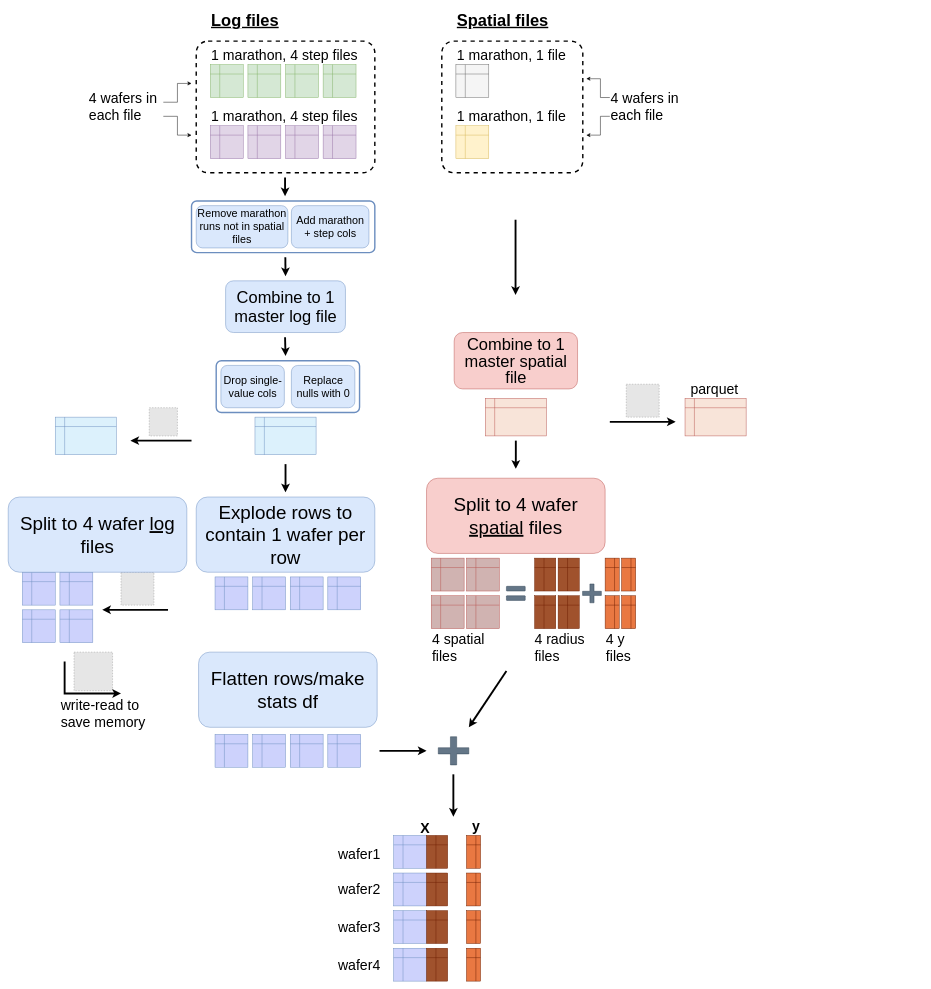
Before: page "code_flow" (3 of 3) of ASM_data_flow.drawio in abiadf/silofuse_timeseries, a draw.io diagram. Source tidied: cells renumbered, new cells numbered last; positions are measured from the earlier drawing's top-left corner, leaving out a move shared by most shapes. Both pictures are drawn from the tidied source at 47%, with x=0, y=0 at pixel (8, 8). Pictures stored in the file or linked from it are replaced by grey dashed boxes.
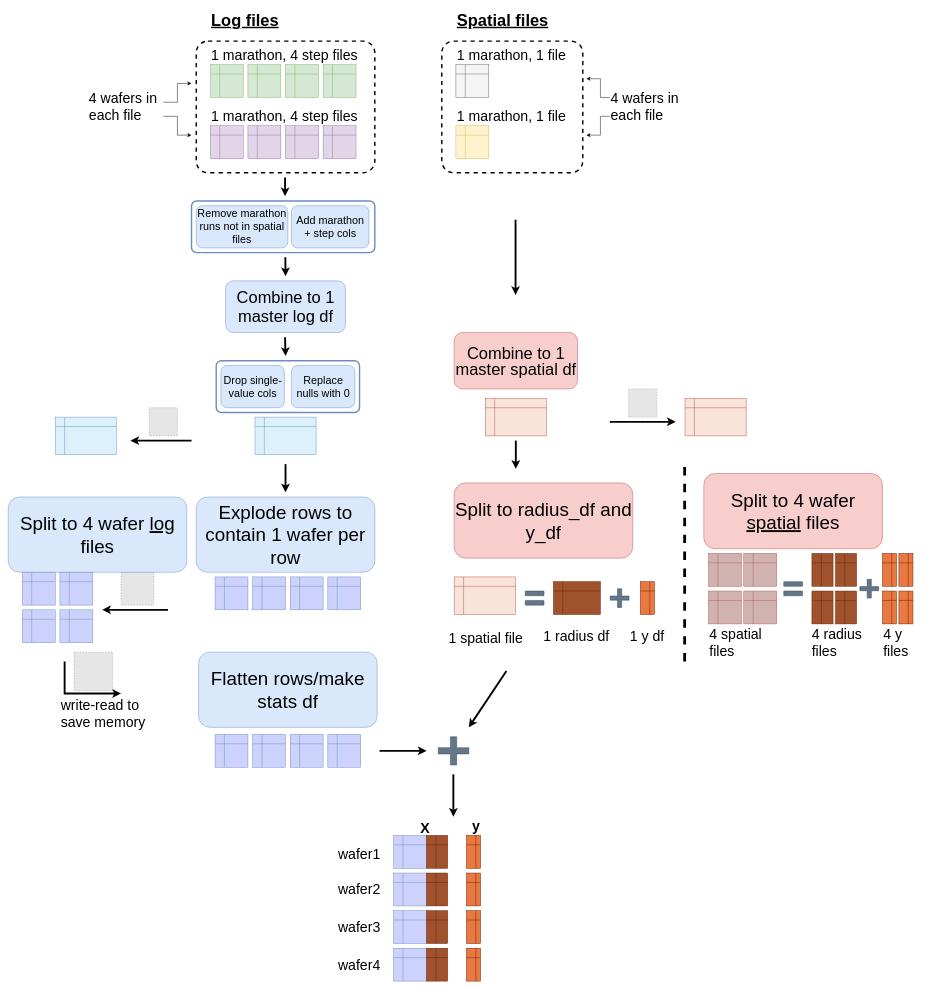
After the change.

Commit message (it also covers changes not shown here):
checkpoint: cleanup of hte process of doing all calculations in 1 df (diagram update)

What changed in the source:
```diff
@@
-    <mxCell id="5" value="&lt;font style=&quot;font-size: 35px;&quot;&gt;Combine to 1 master log file&lt;/font&gt;" style="rounded=1;whiteSpace=wrap;html=1;fillColor=#dae8fc;strokeColor=#6c8ebf;" parent="1" vertex="1">
+    <mxCell id="5" value="&lt;font style=&quot;font-size: 35px;&quot;&gt;Combine to 1 master log df&lt;/font&gt;" style="rounded=1;whiteSpace=wrap;html=1;fillColor=#dae8fc;strokeColor=#6c8ebf;" parent="1" vertex="1">
       <mxGeometry x="462.5" y="580" width="255" height="110" as="geometry" />
     </mxCell>
-    <mxCell id="6" value="&lt;font style=&quot;font-size: 35px; line-height: 100%;&quot;&gt;Combine to 1 master spatial file&lt;/font&gt;" style="rounded=1;whiteSpace=wrap;html=1;fillColor=#f8cecc;strokeColor=#b85450;" parent="1" vertex="1">
+    <mxCell id="6" value="&lt;font style=&quot;font-size: 35px; line-height: 100%;&quot;&gt;Combine to 1 master spatial df&lt;/font&gt;" style="rounded=1;whiteSpace=wrap;html=1;fillColor=#f8cecc;strokeColor=#b85450;" parent="1" vertex="1">
       <mxGeometry x="948.8" y="690" width="262.5" height="120" as="geometry" />
     </mxCell>
@@
     <mxCell id="24" value="&lt;span style=&quot;font-size: 40px;&quot;&gt;Split to 4 wafer &lt;u&gt;spatial&lt;/u&gt;&amp;nbsp;files&lt;/span&gt;" style="rounded=1;whiteSpace=wrap;html=1;fillColor=#f8cecc;strokeColor=#b85450;" parent="1" vertex="1">
-      <mxGeometry x="890" y="1000" width="380" height="160" as="geometry" />
+      <mxGeometry x="1480" y="990" width="380" height="160" as="geometry" />
     </mxCell>
@@
     <mxCell id="37" style="shape=internalStorage;whiteSpace=wrap;html=1;backgroundOutline=1;fillColor=#D0B3B1;strokeColor=#b85450;" parent="1" vertex="1">
-      <mxGeometry x="900" y="1170" width="70" height="70" as="geometry" />
+      <mxGeometry x="1490" y="1160" width="70" height="70" as="geometry" />
     </mxCell>
     <mxCell id="38" style="shape=internalStorage;whiteSpace=wrap;html=1;backgroundOutline=1;fillColor=#D0B3B1;strokeColor=#b85450;" parent="1" vertex="1">
-      <mxGeometry x="975" y="1170" width="70" height="70" as="geometry" />
+      <mxGeometry x="1565" y="1160" width="70" height="70" as="geometry" />
     </mxCell>
     <mxCell id="39" style="shape=internalStorage;whiteSpace=wrap;html=1;backgroundOutline=1;fillColor=#D0B3B1;strokeColor=#b85450;" parent="1" vertex="1">
-      <mxGeometry x="900" y="1250" width="70" height="70" as="geometry" />
+      <mxGeometry x="1490" y="1240" width="70" height="70" as="geometry" />
     </mxCell>
     <mxCell id="40" style="shape=internalStorage;whiteSpace=wrap;html=1;backgroundOutline=1;fillColor=#D0B3B1;strokeColor=#b85450;" parent="1" vertex="1">
-      <mxGeometry x="975" y="1250" width="70" height="70" as="geometry" />
+      <mxGeometry x="1565" y="1240" width="70" height="70" as="geometry" />
     </mxCell>
     <mxCell id="41" style="shape=internalStorage;whiteSpace=wrap;html=1;backgroundOutline=1;fillColor=#a0522d;strokeColor=#6D1F00;fontColor=#ffffff;" parent="1" vertex="1">
-      <mxGeometry x="1120" y="1170" width="45" height="70" as="geometry" />
+      <mxGeometry x="1710" y="1160" width="45" height="70" as="geometry" />
     </mxCell>
     <mxCell id="42" style="shape=internalStorage;whiteSpace=wrap;html=1;backgroundOutline=1;fillColor=#a0522d;strokeColor=#6D1F00;fontColor=#ffffff;" parent="1" vertex="1">
-      <mxGeometry x="1170" y="1170" width="45" height="70" as="geometry" />
+      <mxGeometry x="1760" y="1160" width="45" height="70" as="geometry" />
     </mxCell>
     <mxCell id="43" style="shape=internalStorage;whiteSpace=wrap;html=1;backgroundOutline=1;fillColor=#a0522d;strokeColor=#6D1F00;fontColor=#ffffff;" parent="1" vertex="1">
-      <mxGeometry x="1120" y="1250" width="45" height="70" as="geometry" />
+      <mxGeometry x="1710" y="1240" width="45" height="70" as="geometry" />
     </mxCell>
     <mxCell id="44" style="shape=internalStorage;whiteSpace=wrap;html=1;backgroundOutline=1;fillColor=#a0522d;strokeColor=#6D1F00;fontColor=#ffffff;" parent="1" vertex="1">
-      <mxGeometry x="1170" y="1250" width="45" height="70" as="geometry" />
+      <mxGeometry x="1760" y="1240" width="45" height="70" as="geometry" />
     </mxCell>
     <mxCell id="45" style="shape=internalStorage;whiteSpace=wrap;html=1;backgroundOutline=1;fillColor=#E97842;strokeColor=#6D1F00;fontColor=#ffffff;" parent="1" vertex="1">
-      <mxGeometry x="1270" y="1170" width="30" height="70" as="geometry" />
+      <mxGeometry x="1860" y="1160" width="30" height="70" as="geometry" />
     </mxCell>
     <mxCell id="46" style="shape=internalStorage;whiteSpace=wrap;html=1;backgroundOutline=1;fillColor=#E97842;strokeColor=#6D1F00;fontColor=#ffffff;" parent="1" vertex="1">
-      <mxGeometry x="1305" y="1170" width="30" height="70" as="geometry" />
+      <mxGeometry x="1895" y="1160" width="30" height="70" as="geometry" />
     </mxCell>
     <mxCell id="47" style="shape=internalStorage;whiteSpace=wrap;html=1;backgroundOutline=1;fillColor=#E97842;strokeColor=#6D1F00;fontColor=#ffffff;" parent="1" vertex="1">
-      <mxGeometry x="1270" y="1250" width="30" height="70" as="geometry" />
+      <mxGeometry x="1860" y="1240" width="30" height="70" as="geometry" />
     </mxCell>
     <mxCell id="48" style="shape=internalStorage;whiteSpace=wrap;html=1;backgroundOutline=1;fillColor=#E97842;strokeColor=#6D1F00;fontColor=#ffffff;" parent="1" vertex="1">
-      <mxGeometry x="1305" y="1250" width="30" height="70" as="geometry" />
+      <mxGeometry x="1895" y="1240" width="30" height="70" as="geometry" />
     </mxCell>
     <mxCell id="49" value="&lt;div&gt;&lt;span style=&quot;font-weight: normal; background-color: transparent; color: light-dark(rgb(0, 0, 0), rgb(255, 255, 255));&quot;&gt;&lt;font style=&quot;font-size: 30px;&quot;&gt;4 spatial files&lt;/font&gt;&lt;/span&gt;&lt;/div&gt;" style="text;html=1;align=left;verticalAlign=middle;whiteSpace=wrap;rounded=0;fontStyle=1;" parent="1" vertex="1">
-      <mxGeometry x="900" y="1330" width="130" height="60" as="geometry" />
+      <mxGeometry x="1490" y="1320" width="130" height="60" as="geometry" />
     </mxCell>
     <mxCell id="50" value="&lt;div&gt;&lt;span style=&quot;font-weight: normal; background-color: transparent; color: light-dark(rgb(0, 0, 0), rgb(255, 255, 255));&quot;&gt;&lt;font style=&quot;font-size: 30px;&quot;&gt;4 y files&lt;/font&gt;&lt;/span&gt;&lt;/div&gt;" style="text;html=1;align=left;verticalAlign=middle;whiteSpace=wrap;rounded=0;fontStyle=1;" parent="1" vertex="1">
-      <mxGeometry x="1270" y="1330" width="85" height="60" as="geometry" />
+      <mxGeometry x="1860" y="1320" width="85" height="60" as="geometry" />
     </mxCell>
     <mxCell id="51" value="&lt;div&gt;&lt;span style=&quot;font-weight: normal; background-color: transparent; color: light-dark(rgb(0, 0, 0), rgb(255, 255, 255));&quot;&gt;&lt;font style=&quot;font-size: 30px;&quot;&gt;4 radius files&lt;/font&gt;&lt;/span&gt;&lt;/div&gt;" style="text;html=1;align=left;verticalAlign=middle;whiteSpace=wrap;rounded=0;fontStyle=1;" parent="1" vertex="1">
-      <mxGeometry x="1117.5" y="1330" width="110" height="60" as="geometry" />
+      <mxGeometry x="1707.5" y="1320" width="110" height="60" as="geometry" />
     </mxCell>
     <mxCell id="52" style="rounded=1;whiteSpace=wrap;html=1;fillColor=#647687;strokeColor=#314354;arcSize=11;fontColor=#ffffff;" parent="1" vertex="1">
-      <mxGeometry x="1060" y="1230" width="40" height="10" as="geometry" />
+      <mxGeometry x="1650" y="1220" width="40" height="10" as="geometry" />
     </mxCell>
     <mxCell id="53" style="rounded=1;whiteSpace=wrap;html=1;fillColor=#647687;strokeColor=#314354;arcSize=11;fontColor=#ffffff;" parent="1" vertex="1">
-      <mxGeometry x="1060" y="1250" width="40" height="10" as="geometry" />
+      <mxGeometry x="1650" y="1240" width="40" height="10" as="geometry" />
     </mxCell>
     <mxCell id="54" style="shape=cross;whiteSpace=wrap;html=1;fillColor=#647687;fontColor=#ffffff;strokeColor=#314354;size=0.22065217391303804;" parent="1" vertex="1">
-      <mxGeometry x="1222" y="1225" width="40" height="40" as="geometry" />
+      <mxGeometry x="1812" y="1215" width="40" height="40" as="geometry" />
     </mxCell>
@@
-    <mxCell id="89" style="fillColor=#E6E6E6;strokeColor=#999999;dashed=1;verticalLabelPosition=bottom;labelBackgroundColor=default;verticalAlign=top;" parent="1" vertex="1">
-      <mxGeometry x="1315" y="800" width="70" height="70" as="geometry" />
-    </mxCell>
@@
-    <mxCell id="91" value="&lt;div&gt;&lt;span style=&quot;font-weight: normal; background-color: transparent; color: light-dark(rgb(0, 0, 0), rgb(255, 255, 255));&quot;&gt;&lt;font style=&quot;font-size: 30px;&quot;&gt;parquet&lt;/font&gt;&lt;/span&gt;&lt;/div&gt;" style="text;html=1;align=left;verticalAlign=middle;whiteSpace=wrap;rounded=0;fontStyle=1;" parent="1" vertex="1">
-      <mxGeometry x="1450" y="790" width="120" height="40" as="geometry" />
-    </mxCell>
@@
+    <mxCell id="110" style="fillColor=#E6E6E6;strokeColor=#999999;dashed=1;verticalLabelPosition=bottom;labelBackgroundColor=default;verticalAlign=top;" parent="1" vertex="1">
+      <mxGeometry x="1320" y="810" width="60" height="60" as="geometry" />
+    </mxCell>
+    <mxCell id="111" value="&lt;span style=&quot;font-size: 40px;&quot;&gt;Split to radius_df and y_df&lt;/span&gt;" style="rounded=1;whiteSpace=wrap;html=1;fillColor=#f8cecc;strokeColor=#b85450;" parent="1" vertex="1">
+      <mxGeometry x="948.8" y="1010" width="380" height="160" as="geometry" />
+    </mxCell>
+    <mxCell id="112" style="shape=internalStorage;whiteSpace=wrap;html=1;backgroundOutline=1;fillColor=#a0522d;strokeColor=#6D1F00;fontColor=#ffffff;" parent="1" vertex="1">
+      <mxGeometry x="1160" y="1220" width="100" height="70" as="geometry" />
+    </mxCell>
+    <mxCell id="113" style="shape=internalStorage;whiteSpace=wrap;html=1;backgroundOutline=1;fillColor=#E97842;strokeColor=#6D1F00;fontColor=#ffffff;" parent="1" vertex="1">
+      <mxGeometry x="1345" y="1220" width="30" height="70" as="geometry" />
+    </mxCell>
+    <mxCell id="114" value="&lt;div&gt;&lt;span style=&quot;font-weight: normal; background-color: transparent; color: light-dark(rgb(0, 0, 0), rgb(255, 255, 255));&quot;&gt;&lt;font style=&quot;font-size: 30px;&quot;&gt;1 spatial file&lt;/font&gt;&lt;/span&gt;&lt;/div&gt;" style="text;html=1;align=left;verticalAlign=middle;whiteSpace=wrap;rounded=0;fontStyle=1;" parent="1" vertex="1">
+      <mxGeometry x="935" y="1310" width="170" height="60" as="geometry" />
+    </mxCell>
+    <mxCell id="115" value="&lt;div&gt;&lt;span style=&quot;font-weight: normal; background-color: transparent; color: light-dark(rgb(0, 0, 0), rgb(255, 255, 255));&quot;&gt;&lt;font style=&quot;font-size: 30px;&quot;&gt;1 y df&lt;/font&gt;&lt;/span&gt;&lt;/div&gt;" style="text;html=1;align=left;verticalAlign=middle;whiteSpace=wrap;rounded=0;fontStyle=1;" parent="1" vertex="1">
+      <mxGeometry x="1320.8" y="1310" width="85" height="50" as="geometry" />
+    </mxCell>
+    <mxCell id="116" value="&lt;div&gt;&lt;span style=&quot;font-weight: normal; background-color: transparent; color: light-dark(rgb(0, 0, 0), rgb(255, 255, 255));&quot;&gt;&lt;font style=&quot;font-size: 30px;&quot;&gt;1 radius df&lt;/font&gt;&lt;/span&gt;&lt;/div&gt;" style="text;html=1;align=left;verticalAlign=middle;whiteSpace=wrap;rounded=0;fontStyle=1;" parent="1" vertex="1">
+      <mxGeometry x="1136.9" y="1310" width="146.2" height="50" as="geometry" />
+    </mxCell>
+    <mxCell id="117" style="rounded=1;whiteSpace=wrap;html=1;fillColor=#647687;strokeColor=#314354;arcSize=11;fontColor=#ffffff;" parent="1" vertex="1">
+      <mxGeometry x="1100" y="1240" width="40" height="10" as="geometry" />
+    </mxCell>
+    <mxCell id="118" style="rounded=1;whiteSpace=wrap;html=1;fillColor=#647687;strokeColor=#314354;arcSize=11;fontColor=#ffffff;" parent="1" vertex="1">
+      <mxGeometry x="1100" y="1260" width="40" height="10" as="geometry" />
+    </mxCell>
+    <mxCell id="119" style="shape=cross;whiteSpace=wrap;html=1;fillColor=#647687;fontColor=#ffffff;strokeColor=#314354;size=0.22065217391303804;" parent="1" vertex="1">
+      <mxGeometry x="1280.8" y="1235" width="40" height="40" as="geometry" />
+    </mxCell>
+    <mxCell id="120" style="shape=internalStorage;whiteSpace=wrap;html=1;backgroundOutline=1;fillColor=#F8E4D9;strokeColor=#b85450;" parent="1" vertex="1">
+      <mxGeometry x="948.8" y="1210" width="130" height="80" as="geometry" />
+    </mxCell>
+    <mxCell id="121" style="endArrow=none;dashed=1;html=1;strokeWidth=6;rounded=0;" parent="1" edge="1">
+      <mxGeometry relative="1" as="geometry">
+        <mxPoint x="1439.2" y="1390" as="sourcePoint" />
+        <mxPoint x="1439.2" y="970" as="targetPoint" />
+      </mxGeometry>
+    </mxCell>
```
